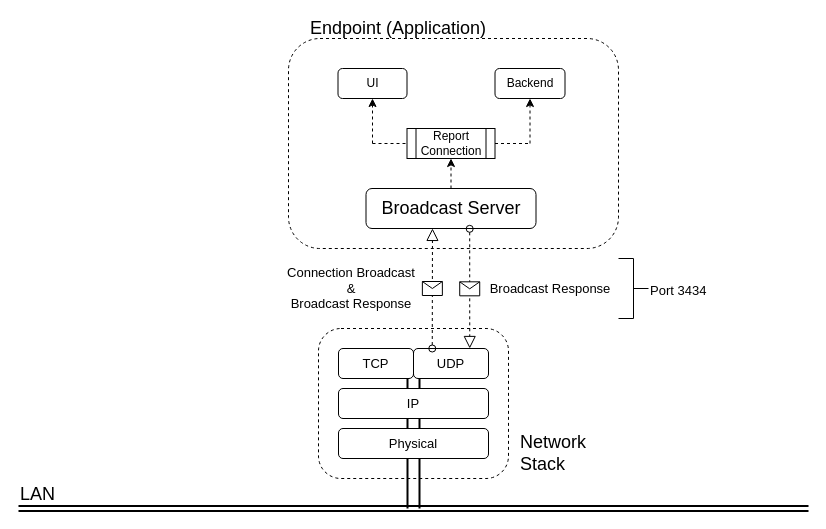
The draw.io diagram page "Broadcast-Listener" (2 of 3) of docs/Endpoint-App-Diagrams.drawio in B3W/Endpoints, before the edit. Source tidied: cells renumbered, new cells numbered last; positions are measured from the earlier drawing's top-left corner, leaving out a move shared by most shapes. Both pictures are drawn from the tidied source at 100%, with x=0, y=0 at pixel (18, 18).
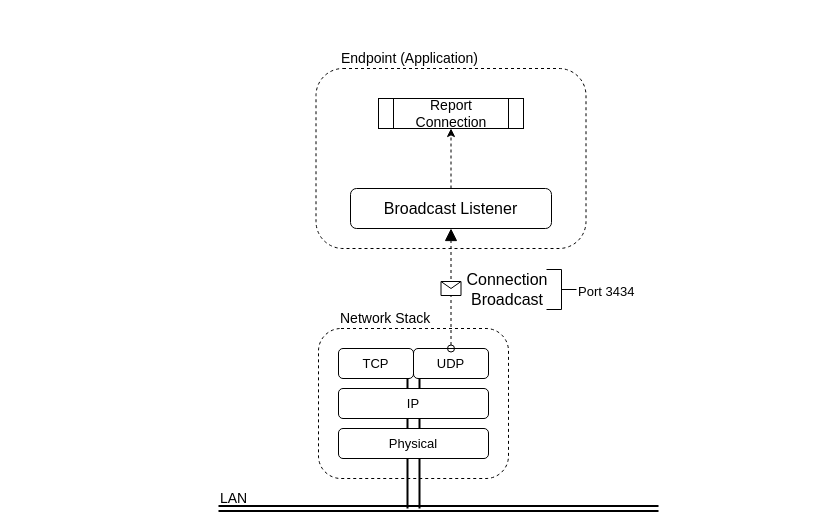
After the change.

Commit message (it also covers changes not shown here):
Modified broadcast listener to reflect simplified connection protocol.

Unchanged cells that the change refers to:
```xml
<mxCell id="11" value="&lt;font style=&quot;font-size: 13px;&quot;&gt;UDP&lt;/font&gt;" style="rounded=1;whiteSpace=wrap;html=1;strokeColor=#000000;fillColor=none;fontSize=13;fontColor=#000000;align=center;" parent="1" vertex="1">
  <mxGeometry x="395" y="330" width="75" height="30" as="geometry" />
</mxCell>
```

The edit, as a diff of the source:
```diff
@@
     <mxCell id="2" style="rounded=1;whiteSpace=wrap;html=1;strokeColor=#000000;fillColor=none;fontSize=18;fontColor=#000000;align=left;dashed=1;" parent="1" vertex="1">
-      <mxGeometry x="270" y="20" width="330" height="210" as="geometry" />
+      <mxGeometry x="297.5" y="50" width="270" height="180" as="geometry" />
     </mxCell>
@@
     <mxCell id="4" style="shape=link;html=1;strokeColor=#000000;strokeWidth=2;fontSize=16;fontColor=#000000;" parent="1" edge="1">
       <mxGeometry relative="1" as="geometry">
-        <mxPoint y="490" as="sourcePoint" />
-        <mxPoint x="790" y="490" as="targetPoint" />
+        <mxPoint x="200" y="490" as="sourcePoint" />
+        <mxPoint x="640" y="490" as="targetPoint" />
       </mxGeometry>
     </mxCell>
@@
-    <mxCell id="6" value="LAN" style="text;html=1;strokeColor=none;fillColor=none;align=left;verticalAlign=middle;whiteSpace=wrap;rounded=0;fontSize=18;fontColor=#000000;" parent="1" vertex="1">
-      <mxGeometry y="466" width="40" height="20" as="geometry" />
+    <mxCell id="6" value="LAN" style="text;html=1;strokeColor=none;fillColor=none;align=left;verticalAlign=middle;whiteSpace=wrap;rounded=0;fontSize=14;fontColor=#000000;" parent="1" vertex="1">
+      <mxGeometry x="200" y="470" width="40" height="20" as="geometry" />
     </mxCell>
-    <mxCell id="7" value="Endpoint (Application)" style="text;html=1;strokeColor=none;fillColor=none;align=left;verticalAlign=middle;whiteSpace=wrap;rounded=0;fontSize=18;fontColor=#000000;" parent="1" vertex="1">
-      <mxGeometry x="290" width="190" height="20" as="geometry" />
+    <mxCell id="7" value="Endpoint (Application)" style="text;html=1;strokeColor=none;fillColor=none;align=left;verticalAlign=middle;whiteSpace=wrap;rounded=0;fontSize=14;fontColor=#000000;" parent="1" vertex="1">
+      <mxGeometry x="320.5" y="30" width="190" height="20" as="geometry" />
     </mxCell>
@@
-    <mxCell id="12" value="Network Stack" style="text;html=1;strokeColor=none;fillColor=none;align=left;verticalAlign=middle;whiteSpace=wrap;rounded=0;dashed=1;fontSize=18;fontColor=#000000;" parent="1" vertex="1">
-      <mxGeometry x="500" y="410" width="80" height="50" as="geometry" />
+    <mxCell id="12" value="Network Stack" style="text;html=1;strokeColor=none;fillColor=none;align=left;verticalAlign=middle;whiteSpace=wrap;rounded=0;dashed=1;fontSize=14;fontColor=#000000;" parent="1" vertex="1">
+      <mxGeometry x="320" y="290" width="110" height="20" as="geometry" />
     </mxCell>
-    <mxCell id="13" style="startArrow=oval;startFill=0;startSize=7;endArrow=block;endFill=0;endSize=10;dashed=1;html=1;exitX=0.25;exitY=0;exitDx=0;exitDy=0;entryX=0.391;entryY=0.998;entryDx=0;entryDy=0;entryPerimeter=0;" parent="1" edge="1" source="11" target="16">
+    <mxCell id="13" style="startArrow=oval;startFill=0;startSize=7;endArrow=block;endFill=1;endSize=10;dashed=1;html=1;exitX=0.5;exitY=0;exitDx=0;exitDy=0;entryX=0.5;entryY=1;entryDx=0;entryDy=0;" parent="1" edge="1" source="11" target="16">
       <mxGeometry relative="1" as="geometry" />
     </mxCell>
@@
-    <mxCell id="15" value="&lt;div style=&quot;font-size: 13px;&quot;&gt;Connection Broadcast&lt;/div&gt;&lt;div style=&quot;font-size: 13px;&quot;&gt;&amp;amp;&lt;/div&gt;&lt;div style=&quot;font-size: 13px;&quot;&gt;Broadcast Response&lt;br style=&quot;font-size: 13px;&quot;&gt;&lt;/div&gt;" style="text;html=1;strokeColor=none;fillColor=none;align=center;verticalAlign=middle;whiteSpace=wrap;rounded=0;fontSize=13;" parent="1" vertex="1">
-      <mxGeometry x="260" y="240" width="146" height="60" as="geometry" />
-    </mxCell>
-    <mxCell id="16" value="&lt;font style=&quot;font-size: 18px&quot;&gt;Broadcast Server&lt;/font&gt;" style="rounded=1;whiteSpace=wrap;html=1;" parent="1" vertex="1">
-      <mxGeometry x="347.5" y="170" width="170" height="40" as="geometry" />
+    <mxCell id="16" value="&lt;font style=&quot;font-size: 16px&quot;&gt;Broadcast Listener&lt;/font&gt;" style="rounded=1;whiteSpace=wrap;html=1;" parent="1" vertex="1">
+      <mxGeometry x="332" y="170" width="201" height="40" as="geometry" />
     </mxCell>
@@
-    <mxCell id="19" style="startArrow=oval;startFill=0;startSize=7;endArrow=block;endFill=0;endSize=10;dashed=1;html=1;entryX=0.75;entryY=0;entryDx=0;entryDy=0;exitX=0.61;exitY=1.008;exitDx=0;exitDy=0;exitPerimeter=0;" parent="1" edge="1" source="16" target="11">
-      <mxGeometry relative="1" as="geometry" />
-    </mxCell>
-    <mxCell id="20" style="shape=message;html=1;" parent="19" vertex="1">
-      <mxGeometry width="20" height="14" relative="1" as="geometry">
-        <mxPoint x="-10" y="-7" as="offset" />
-      </mxGeometry>
-    </mxCell>
     <mxCell id="21" style="html=1;shape=mxgraph.flowchart.annotation_2;align=left;labelPosition=right;direction=west;" parent="1" vertex="1">
-      <mxGeometry x="600" y="240" width="30" height="60" as="geometry" />
+      <mxGeometry x="528" y="251" width="30" height="40" as="geometry" />
     </mxCell>
     <mxCell id="22" value="&lt;div style=&quot;font-size: 13px;&quot; align=&quot;left&quot;&gt;Port 3434&lt;br style=&quot;font-size: 13px;&quot;&gt;&lt;/div&gt;" style="text;html=1;strokeColor=none;fillColor=none;align=left;verticalAlign=middle;whiteSpace=wrap;rounded=0;fontSize=13;" parent="1" vertex="1">
-      <mxGeometry x="630" y="262" width="60" height="20" as="geometry" />
+      <mxGeometry x="558" y="263" width="60" height="20" as="geometry" />
     </mxCell>
-    <mxCell id="23" value="&lt;div style=&quot;font-size: 13px;&quot;&gt;Broadcast Response&lt;/div&gt;" style="text;html=1;strokeColor=none;fillColor=none;align=center;verticalAlign=middle;whiteSpace=wrap;rounded=0;fontSize=13;" parent="1" vertex="1">
-      <mxGeometry x="459" y="240" width="146" height="60" as="geometry" />
+    <mxCell id="23" value="&lt;div style=&quot;font-size: 16px;&quot;&gt;Connection Broadcast&lt;br style=&quot;font-size: 16px;&quot;&gt;&lt;/div&gt;" style="text;html=1;strokeColor=none;fillColor=none;align=center;verticalAlign=middle;whiteSpace=wrap;rounded=0;fontSize=16;" parent="1" vertex="1">
+      <mxGeometry x="445" y="241" width="88" height="60" as="geometry" />
     </mxCell>
-    <mxCell id="24" value="Report Connection" style="shape=process;whiteSpace=wrap;html=1;backgroundOutline=1;" parent="1" vertex="1">
-      <mxGeometry x="388.5" y="110" width="88" height="30" as="geometry" />
+    <mxCell id="24" value="Report Connection" style="shape=process;whiteSpace=wrap;html=1;backgroundOutline=1;fontSize=14;" parent="1" vertex="1">
+      <mxGeometry x="360" y="80" width="145" height="30" as="geometry" />
     </mxCell>
-    <mxCell id="25" value="UI" style="rounded=1;whiteSpace=wrap;html=1;" parent="1" vertex="1">
-      <mxGeometry x="319.5" y="50" width="69" height="30" as="geometry" />
-    </mxCell>
-    <mxCell id="26" value="Backend" style="rounded=1;whiteSpace=wrap;html=1;" parent="1" vertex="1">
-      <mxGeometry x="476.5" y="50" width="70" height="30" as="geometry" />
-    </mxCell>
@@
-    <mxCell id="28" style="endArrow=none;html=1;dashed=1;" parent="1" edge="1">
-      <mxGeometry relative="1" as="geometry">
-        <mxPoint x="476.5" y="125" as="sourcePoint" />
-        <mxPoint x="511.5" y="125" as="targetPoint" />
-      </mxGeometry>
-    </mxCell>
-    <mxCell id="29" style="endArrow=classic;html=1;dashed=1;" parent="1" edge="1">
-      <mxGeometry relative="1" as="geometry">
-        <mxPoint x="511.5" y="125" as="sourcePoint" />
-        <mxPoint x="511.5" y="80" as="targetPoint" />
-      </mxGeometry>
-    </mxCell>
-    <mxCell id="30" style="endArrow=none;html=1;dashed=1;" parent="1" edge="1">
-      <mxGeometry relative="1" as="geometry">
-        <mxPoint x="354" y="125" as="sourcePoint" />
-        <mxPoint x="389" y="125" as="targetPoint" />
-      </mxGeometry>
-    </mxCell>
-    <mxCell id="31" style="endArrow=classic;html=1;dashed=1;" parent="1" edge="1">
-      <mxGeometry relative="1" as="geometry">
-        <mxPoint x="354" y="125" as="sourcePoint" />
-        <mxPoint x="354" y="80" as="targetPoint" />
-      </mxGeometry>
-    </mxCell>
```
